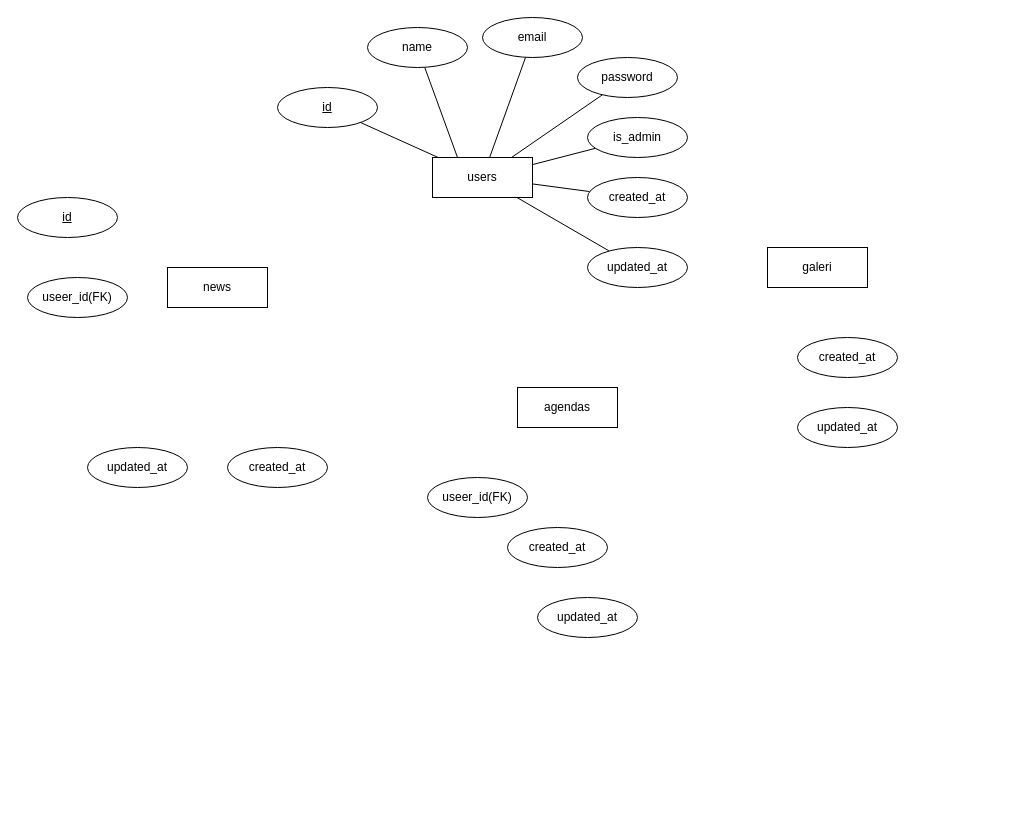
The draw.io diagram page "erd" (1 of 3) of uml/uml.drawio in Radewan/web-desa-backend, before the edit. Source tidied: cells renumbered, new cells numbered last; positions are measured from the earlier drawing's top-left corner, leaving out a move shared by most shapes. Both pictures are drawn from the tidied source at 100%, with x=0, y=0 at pixel (17, 17).
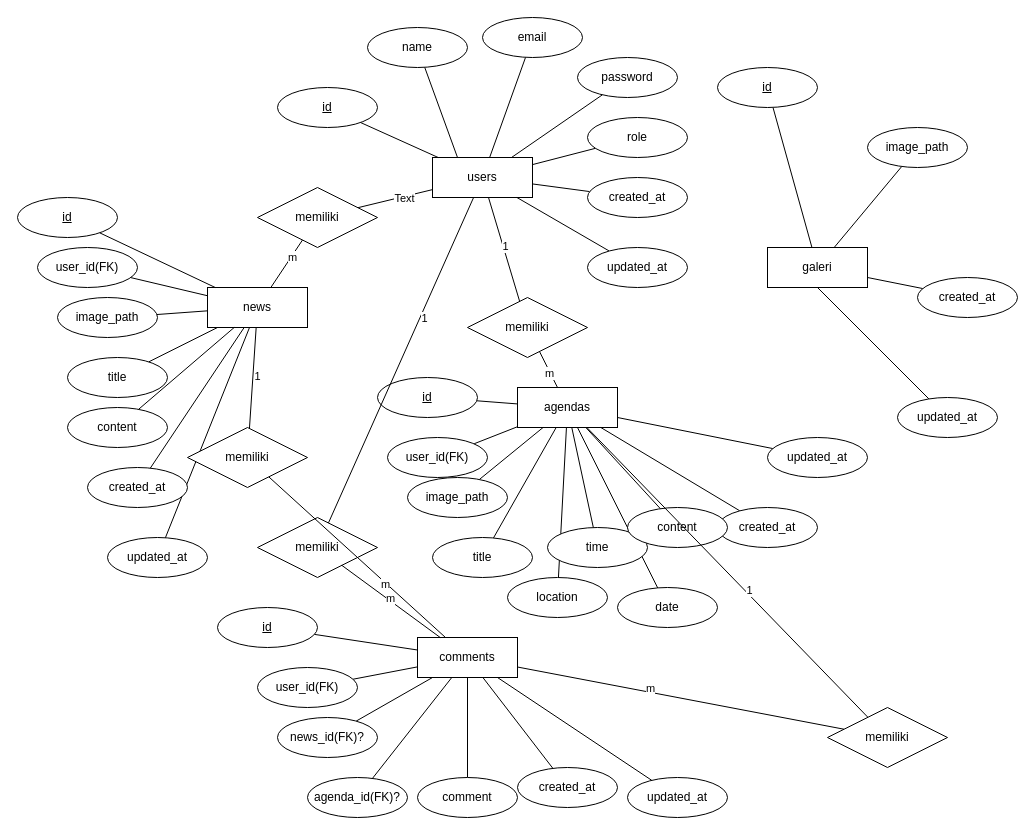
Above is the later version.

Unchanged cells that the change refers to:
```xml
<mxCell id="2" value="users" style="whiteSpace=wrap;html=1;align=center;" parent="1" vertex="1">
  <mxGeometry x="415" y="140" width="100" height="40" as="geometry" />
</mxCell>
<mxCell id="18" value="agendas" style="whiteSpace=wrap;html=1;align=center;" parent="1" vertex="1">
  <mxGeometry x="500" y="370" width="100" height="40" as="geometry" />
</mxCell>
<mxCell id="23" value="id" style="ellipse;whiteSpace=wrap;html=1;align=center;fontStyle=4;" parent="1" vertex="1">
  <mxGeometry y="180" width="100" height="40" as="geometry" />
</mxCell>
<mxCell id="26" value="galeri" style="whiteSpace=wrap;html=1;align=center;" parent="1" vertex="1">
  <mxGeometry x="750" y="230" width="100" height="40" as="geometry" />
</mxCell>
```

Change to the diagram source:
```diff
@@
-    <mxCell id="12" value="is_admin" style="ellipse;whiteSpace=wrap;html=1;align=center;" parent="1" vertex="1">
+    <mxCell id="12" value="role" style="ellipse;whiteSpace=wrap;html=1;align=center;" parent="1" vertex="1">
       <mxGeometry x="570" y="100" width="100" height="40" as="geometry" />
     </mxCell>
@@
     <mxCell id="17" value="news" style="whiteSpace=wrap;html=1;align=center;" parent="1" vertex="1">
-      <mxGeometry x="150" y="250" width="100" height="40" as="geometry" />
+      <mxGeometry x="190" y="270" width="100" height="40" as="geometry" />
     </mxCell>
@@
+    <mxCell id="29" style="edgeStyle=none;html=1;endArrow=none;endFill=0;" parent="1" edge="1" source="19" target="17">
+      <mxGeometry relative="1" as="geometry" />
+    </mxCell>
     <mxCell id="19" value="updated_at" style="ellipse;whiteSpace=wrap;html=1;align=center;" parent="1" vertex="1">
-      <mxGeometry x="70" y="430" width="100" height="40" as="geometry" />
+      <mxGeometry x="90" y="520" width="100" height="40" as="geometry" />
     </mxCell>
+    <mxCell id="30" style="edgeStyle=none;html=1;endArrow=none;endFill=0;" parent="1" edge="1" source="20" target="17">
+      <mxGeometry relative="1" as="geometry" />
+    </mxCell>
     <mxCell id="20" value="created_at" style="ellipse;whiteSpace=wrap;html=1;align=center;" parent="1" vertex="1">
-      <mxGeometry x="210" y="430" width="100" height="40" as="geometry" />
+      <mxGeometry x="70" y="450" width="100" height="40" as="geometry" />
     </mxCell>
+    <mxCell id="31" style="edgeStyle=none;html=1;endArrow=none;endFill=0;" parent="1" edge="1" source="21" target="18">
+      <mxGeometry relative="1" as="geometry" />
+    </mxCell>
     <mxCell id="21" value="updated_at" style="ellipse;whiteSpace=wrap;html=1;align=center;" parent="1" vertex="1">
-      <mxGeometry x="520" y="580" width="100" height="40" as="geometry" />
+      <mxGeometry x="750" y="420" width="100" height="40" as="geometry" />
     </mxCell>
+    <mxCell id="32" style="edgeStyle=none;html=1;endArrow=none;endFill=0;" parent="1" edge="1" source="22" target="18">
+      <mxGeometry relative="1" as="geometry" />
+    </mxCell>
     <mxCell id="22" value="created_at" style="ellipse;whiteSpace=wrap;html=1;align=center;" parent="1" vertex="1">
-      <mxGeometry x="490" y="510" width="100" height="40" as="geometry" />
+      <mxGeometry x="700" y="490" width="100" height="40" as="geometry" />
     </mxCell>
+    <mxCell id="33" style="edgeStyle=none;html=1;endArrow=none;endFill=0;" parent="1" edge="1" source="23" target="17">
+      <mxGeometry relative="1" as="geometry" />
+    </mxCell>
@@
+    <mxCell id="34" style="edgeStyle=none;html=1;endArrow=none;endFill=0;" parent="1" edge="1" source="24" target="17">
+      <mxGeometry relative="1" as="geometry" />
+    </mxCell>
-    <mxCell id="24" value="useer_id(FK)" style="ellipse;whiteSpace=wrap;html=1;align=center;" parent="1" vertex="1">
-      <mxGeometry x="10" y="260" width="100" height="40" as="geometry" />
+    <mxCell id="24" value="user_id(FK)" style="ellipse;whiteSpace=wrap;html=1;align=center;" parent="1" vertex="1">
+      <mxGeometry x="20" y="230" width="100" height="40" as="geometry" />
     </mxCell>
+    <mxCell id="35" style="edgeStyle=none;html=1;endArrow=none;endFill=0;" parent="1" edge="1" source="25" target="18">
+      <mxGeometry relative="1" as="geometry" />
+    </mxCell>
-    <mxCell id="25" value="useer_id(FK)" style="ellipse;whiteSpace=wrap;html=1;align=center;" parent="1" vertex="1">
-      <mxGeometry x="410" y="460" width="100" height="40" as="geometry" />
+    <mxCell id="25" value="user_id(FK)" style="ellipse;whiteSpace=wrap;html=1;align=center;" parent="1" vertex="1">
+      <mxGeometry x="370" y="420" width="100" height="40" as="geometry" />
     </mxCell>
@@
+    <mxCell id="36" style="edgeStyle=none;html=1;endArrow=none;endFill=0;" parent="1" edge="1" source="27" target="26">
+      <mxGeometry relative="1" as="geometry" />
+    </mxCell>
     <mxCell id="27" value="created_at" style="ellipse;whiteSpace=wrap;html=1;align=center;" parent="1" vertex="1">
-      <mxGeometry x="780" y="320" width="100" height="40" as="geometry" />
+      <mxGeometry x="900" y="260" width="100" height="40" as="geometry" />
     </mxCell>
+    <mxCell id="37" style="edgeStyle=none;html=1;entryX=0.5;entryY=1;entryDx=0;entryDy=0;endArrow=none;endFill=0;" parent="1" edge="1" source="28" target="26">
+      <mxGeometry relative="1" as="geometry" />
+    </mxCell>
     <mxCell id="28" value="updated_at" style="ellipse;whiteSpace=wrap;html=1;align=center;" parent="1" vertex="1">
-      <mxGeometry x="780" y="390" width="100" height="40" as="geometry" />
+      <mxGeometry x="880" y="380" width="100" height="40" as="geometry" />
     </mxCell>
+    <mxCell id="38" style="edgeStyle=none;html=1;endArrow=none;endFill=0;" parent="1" edge="1" source="39" target="44">
+      <mxGeometry relative="1" as="geometry" />
+    </mxCell>
+    <mxCell id="39" value="created_at" style="ellipse;whiteSpace=wrap;html=1;align=center;" parent="1" vertex="1">
+      <mxGeometry x="500" y="750" width="100" height="40" as="geometry" />
+    </mxCell>
+    <mxCell id="40" style="edgeStyle=none;html=1;endArrow=none;endFill=0;" parent="1" edge="1" source="41" target="26">
+      <mxGeometry relative="1" as="geometry" />
+    </mxCell>
+    <mxCell id="41" value="id" style="ellipse;whiteSpace=wrap;html=1;align=center;fontStyle=4;" parent="1" vertex="1">
+      <mxGeometry x="700" y="50" width="100" height="40" as="geometry" />
+    </mxCell>
+    <mxCell id="42" style="edgeStyle=none;html=1;endArrow=none;endFill=0;" parent="1" edge="1" source="43" target="26">
+      <mxGeometry relative="1" as="geometry" />
+    </mxCell>
+    <mxCell id="43" value="image_path" style="ellipse;whiteSpace=wrap;html=1;align=center;" parent="1" vertex="1">
+      <mxGeometry x="850" y="110" width="100" height="40" as="geometry" />
+    </mxCell>
+    <mxCell id="44" value="comments" style="whiteSpace=wrap;html=1;align=center;" parent="1" vertex="1">
+      <mxGeometry x="400" y="620" width="100" height="40" as="geometry" />
+    </mxCell>
+    <mxCell id="45" style="edgeStyle=none;html=1;endArrow=none;endFill=0;" parent="1" edge="1" source="46" target="44">
+      <mxGeometry relative="1" as="geometry" />
+    </mxCell>
+    <mxCell id="46" value="id" style="ellipse;whiteSpace=wrap;html=1;align=center;fontStyle=4;" parent="1" vertex="1">
+      <mxGeometry x="200" y="590" width="100" height="40" as="geometry" />
+    </mxCell>
+    <mxCell id="47" style="edgeStyle=none;html=1;endArrow=none;endFill=0;" parent="1" edge="1" source="48" target="44">
+      <mxGeometry relative="1" as="geometry" />
+    </mxCell>
+    <mxCell id="48" value="user_id(FK)" style="ellipse;whiteSpace=wrap;html=1;align=center;" parent="1" vertex="1">
+      <mxGeometry x="240" y="650" width="100" height="40" as="geometry" />
+    </mxCell>
+    <mxCell id="49" style="edgeStyle=none;html=1;endArrow=none;endFill=0;" parent="1" edge="1" source="50" target="44">
+      <mxGeometry relative="1" as="geometry" />
+    </mxCell>
+    <mxCell id="50" value="news_id(FK)?" style="ellipse;whiteSpace=wrap;html=1;align=center;" parent="1" vertex="1">
+      <mxGeometry x="260" y="700" width="100" height="40" as="geometry" />
+    </mxCell>
+    <mxCell id="51" style="edgeStyle=none;html=1;endArrow=none;endFill=0;" parent="1" edge="1" source="52" target="44">
+      <mxGeometry relative="1" as="geometry" />
+    </mxCell>
+    <mxCell id="52" value="agenda_id(FK)?" style="ellipse;whiteSpace=wrap;html=1;align=center;" parent="1" vertex="1">
+      <mxGeometry x="290" y="760" width="100" height="40" as="geometry" />
+    </mxCell>
+    <mxCell id="53" style="edgeStyle=none;html=1;endArrow=none;endFill=0;" parent="1" edge="1" source="54" target="17">
+      <mxGeometry relative="1" as="geometry" />
+    </mxCell>
+    <mxCell id="54" value="image_path" style="ellipse;whiteSpace=wrap;html=1;align=center;" parent="1" vertex="1">
+      <mxGeometry x="40" y="280" width="100" height="40" as="geometry" />
+    </mxCell>
+    <mxCell id="55" style="edgeStyle=none;html=1;endArrow=none;endFill=0;" parent="1" edge="1" source="56" target="17">
+      <mxGeometry relative="1" as="geometry" />
+    </mxCell>
+    <mxCell id="56" value="title" style="ellipse;whiteSpace=wrap;html=1;align=center;" parent="1" vertex="1">
+      <mxGeometry x="50" y="340" width="100" height="40" as="geometry" />
+    </mxCell>
+    <mxCell id="57" style="edgeStyle=none;html=1;endArrow=none;endFill=0;" parent="1" edge="1" source="58" target="17">
+      <mxGeometry relative="1" as="geometry" />
+    </mxCell>
+    <mxCell id="58" value="content" style="ellipse;whiteSpace=wrap;html=1;align=center;" parent="1" vertex="1">
+      <mxGeometry x="50" y="390" width="100" height="40" as="geometry" />
+    </mxCell>
+    <mxCell id="59" style="edgeStyle=none;html=1;endArrow=none;endFill=0;" parent="1" edge="1" source="60" target="44">
+      <mxGeometry relative="1" as="geometry" />
+    </mxCell>
+    <mxCell id="60" value="comment" style="ellipse;whiteSpace=wrap;html=1;align=center;" parent="1" vertex="1">
+      <mxGeometry x="400" y="760" width="100" height="40" as="geometry" />
+    </mxCell>
+    <mxCell id="61" style="edgeStyle=none;html=1;endArrow=none;endFill=0;" parent="1" edge="1" source="62" target="44">
+      <mxGeometry relative="1" as="geometry" />
+    </mxCell>
+    <mxCell id="62" value="updated_at" style="ellipse;whiteSpace=wrap;html=1;align=center;" parent="1" vertex="1">
+      <mxGeometry x="610" y="760" width="100" height="40" as="geometry" />
+    </mxCell>
+    <mxCell id="63" style="edgeStyle=none;html=1;endArrow=none;endFill=0;" parent="1" edge="1" source="64" target="18">
+      <mxGeometry relative="1" as="geometry" />
+    </mxCell>
+    <mxCell id="64" value="id" style="ellipse;whiteSpace=wrap;html=1;align=center;fontStyle=4;" parent="1" vertex="1">
+      <mxGeometry x="360" y="360" width="100" height="40" as="geometry" />
+    </mxCell>
+    <mxCell id="65" style="edgeStyle=none;html=1;endArrow=none;endFill=0;" parent="1" edge="1" source="66" target="18">
+      <mxGeometry relative="1" as="geometry" />
+    </mxCell>
+    <mxCell id="66" value="image_path" style="ellipse;whiteSpace=wrap;html=1;align=center;" parent="1" vertex="1">
+      <mxGeometry x="390" y="460" width="100" height="40" as="geometry" />
+    </mxCell>
+    <mxCell id="67" style="edgeStyle=none;html=1;endArrow=none;endFill=0;" parent="1" edge="1" source="68" target="18">
+      <mxGeometry relative="1" as="geometry" />
+    </mxCell>
+    <mxCell id="68" value="title" style="ellipse;whiteSpace=wrap;html=1;align=center;" parent="1" vertex="1">
+      <mxGeometry x="415" y="520" width="100" height="40" as="geometry" />
+    </mxCell>
+    <mxCell id="69" style="edgeStyle=none;html=1;endArrow=none;endFill=0;" parent="1" edge="1" source="70" target="18">
+      <mxGeometry relative="1" as="geometry" />
+    </mxCell>
+    <mxCell id="70" value="location" style="ellipse;whiteSpace=wrap;html=1;align=center;" parent="1" vertex="1">
+      <mxGeometry x="490" y="560" width="100" height="40" as="geometry" />
+    </mxCell>
+    <mxCell id="71" style="edgeStyle=none;html=1;endArrow=none;endFill=0;" parent="1" edge="1" source="72" target="18">
+      <mxGeometry relative="1" as="geometry" />
+    </mxCell>
+    <mxCell id="72" value="date" style="ellipse;whiteSpace=wrap;html=1;align=center;" parent="1" vertex="1">
+      <mxGeometry x="600" y="570" width="100" height="40" as="geometry" />
+    </mxCell>
+    <mxCell id="73" style="edgeStyle=none;html=1;endArrow=none;endFill=0;" parent="1" edge="1" source="74" target="18">
+      <mxGeometry relative="1" as="geometry" />
+    </mxCell>
+    <mxCell id="74" value="time" style="ellipse;whiteSpace=wrap;html=1;align=center;" parent="1" vertex="1">
+      <mxGeometry x="530" y="510" width="100" height="40" as="geometry" />
+    </mxCell>
+    <mxCell id="75" style="html=1;endArrow=none;endFill=0;" parent="1" edge="1" source="76" target="18">
+      <mxGeometry relative="1" as="geometry" />
+    </mxCell>
+    <mxCell id="76" value="content" style="ellipse;whiteSpace=wrap;html=1;align=center;" parent="1" vertex="1">
+      <mxGeometry x="610" y="490" width="100" height="40" as="geometry" />
+    </mxCell>
+    <mxCell id="77" style="edgeStyle=none;html=1;endArrow=none;endFill=0;" parent="1" edge="1" source="81" target="2">
+      <mxGeometry relative="1" as="geometry" />
+    </mxCell>
+    <mxCell id="78" value="Text" style="edgeLabel;html=1;align=center;verticalAlign=middle;" parent="77" vertex="1">
+      <mxGeometry x="0.23" y="-1" relative="1" as="geometry" />
+    </mxCell>
+    <mxCell id="79" style="edgeStyle=none;html=1;endArrow=none;endFill=0;" parent="1" edge="1" source="81" target="17">
+      <mxGeometry relative="1" as="geometry" />
+    </mxCell>
+    <mxCell id="80" value="m" style="edgeLabel;html=1;align=center;verticalAlign=middle;" parent="79" vertex="1">
+      <mxGeometry x="-0.29" y="1" relative="1" as="geometry" />
+    </mxCell>
+    <mxCell id="81" value="memiliki" style="shape=rhombus;perimeter=rhombusPerimeter;whiteSpace=wrap;html=1;align=center;" parent="1" vertex="1">
+      <mxGeometry x="240" y="170" width="120" height="60" as="geometry" />
+    </mxCell>
+    <mxCell id="82" style="edgeStyle=none;html=1;endArrow=none;endFill=0;" parent="1" edge="1" source="86" target="2">
+      <mxGeometry relative="1" as="geometry" />
+    </mxCell>
+    <mxCell id="83" value="1" style="edgeLabel;html=1;align=center;verticalAlign=middle;" parent="82" vertex="1">
+      <mxGeometry x="0.05" y="-2" relative="1" as="geometry" />
+    </mxCell>
+    <mxCell id="84" style="edgeStyle=none;html=1;endArrow=none;endFill=0;" parent="1" edge="1" source="86" target="18">
+      <mxGeometry relative="1" as="geometry" />
+    </mxCell>
+    <mxCell id="85" value="m" style="edgeLabel;html=1;align=center;verticalAlign=middle;" parent="84" vertex="1">
+      <mxGeometry x="0.19" y="-1" relative="1" as="geometry" />
+    </mxCell>
+    <mxCell id="86" value="memiliki" style="shape=rhombus;perimeter=rhombusPerimeter;whiteSpace=wrap;html=1;align=center;" parent="1" vertex="1">
+      <mxGeometry x="450" y="280" width="120" height="60" as="geometry" />
+    </mxCell>
+    <mxCell id="87" style="html=1;endArrow=none;endFill=0;" parent="1" edge="1" source="89" target="2">
+      <mxGeometry relative="1" as="geometry" />
+    </mxCell>
+    <mxCell id="88" value="1" style="edgeLabel;html=1;align=center;verticalAlign=middle;" parent="87" vertex="1">
+      <mxGeometry x="0.26" y="-4" relative="1" as="geometry">
+        <mxPoint y="-1" as="offset" />
+      </mxGeometry>
+    </mxCell>
+    <mxCell id="89" value="memiliki" style="shape=rhombus;perimeter=rhombusPerimeter;whiteSpace=wrap;html=1;align=center;" parent="1" vertex="1">
+      <mxGeometry x="240" y="500" width="120" height="60" as="geometry" />
+    </mxCell>
+    <mxCell id="90" style="html=1;endArrow=none;endFill=0;" parent="1" edge="1" source="94" target="17">
+      <mxGeometry relative="1" as="geometry" />
+    </mxCell>
+    <mxCell id="91" value="1" style="edgeLabel;html=1;align=center;verticalAlign=middle;" parent="90" vertex="1">
+      <mxGeometry x="0.06" y="-4" relative="1" as="geometry">
+        <mxPoint y="1" as="offset" />
+      </mxGeometry>
+    </mxCell>
+    <mxCell id="92" style="html=1;endArrow=none;endFill=0;" parent="1" edge="1" source="94" target="44">
+      <mxGeometry relative="1" as="geometry" />
+    </mxCell>
+    <mxCell id="93" value="m" style="edgeLabel;html=1;align=center;verticalAlign=middle;" parent="92" vertex="1">
+      <mxGeometry x="0.32" y="-1" relative="1" as="geometry" />
+    </mxCell>
+    <mxCell id="94" value="memiliki" style="shape=rhombus;perimeter=rhombusPerimeter;whiteSpace=wrap;html=1;align=center;" parent="1" vertex="1">
+      <mxGeometry x="170" y="410" width="120" height="60" as="geometry" />
+    </mxCell>
+    <mxCell id="95" style="html=1;endArrow=none;endFill=0;" parent="1" edge="1" source="99" target="44">
+      <mxGeometry relative="1" as="geometry" />
+    </mxCell>
+    <mxCell id="96" value="m" style="edgeLabel;html=1;align=center;verticalAlign=middle;" parent="95" vertex="1">
+      <mxGeometry x="0.19" y="-4" relative="1" as="geometry" />
+    </mxCell>
+    <mxCell id="97" style="edgeStyle=none;html=1;endArrow=none;endFill=0;" parent="1" edge="1" source="99" target="18">
+      <mxGeometry relative="1" as="geometry" />
+    </mxCell>
+    <mxCell id="98" value="1" style="edgeLabel;html=1;align=center;verticalAlign=middle;" parent="97" vertex="1">
+      <mxGeometry x="-0.14" y="-3" relative="1" as="geometry" />
+    </mxCell>
+    <mxCell id="99" value="memiliki" style="shape=rhombus;perimeter=rhombusPerimeter;whiteSpace=wrap;html=1;align=center;" parent="1" vertex="1">
+      <mxGeometry x="810" y="690" width="120" height="60" as="geometry" />
+    </mxCell>
+    <mxCell id="100" style="html=1;endArrow=none;endFill=0;" parent="1" edge="1" source="89" target="44">
+      <mxGeometry relative="1" as="geometry" />
+    </mxCell>
+    <mxCell id="101" value="m" style="edgeLabel;html=1;align=center;verticalAlign=middle;" parent="100" vertex="1">
+      <mxGeometry x="-0.05" y="2" relative="1" as="geometry" />
+    </mxCell>
```
